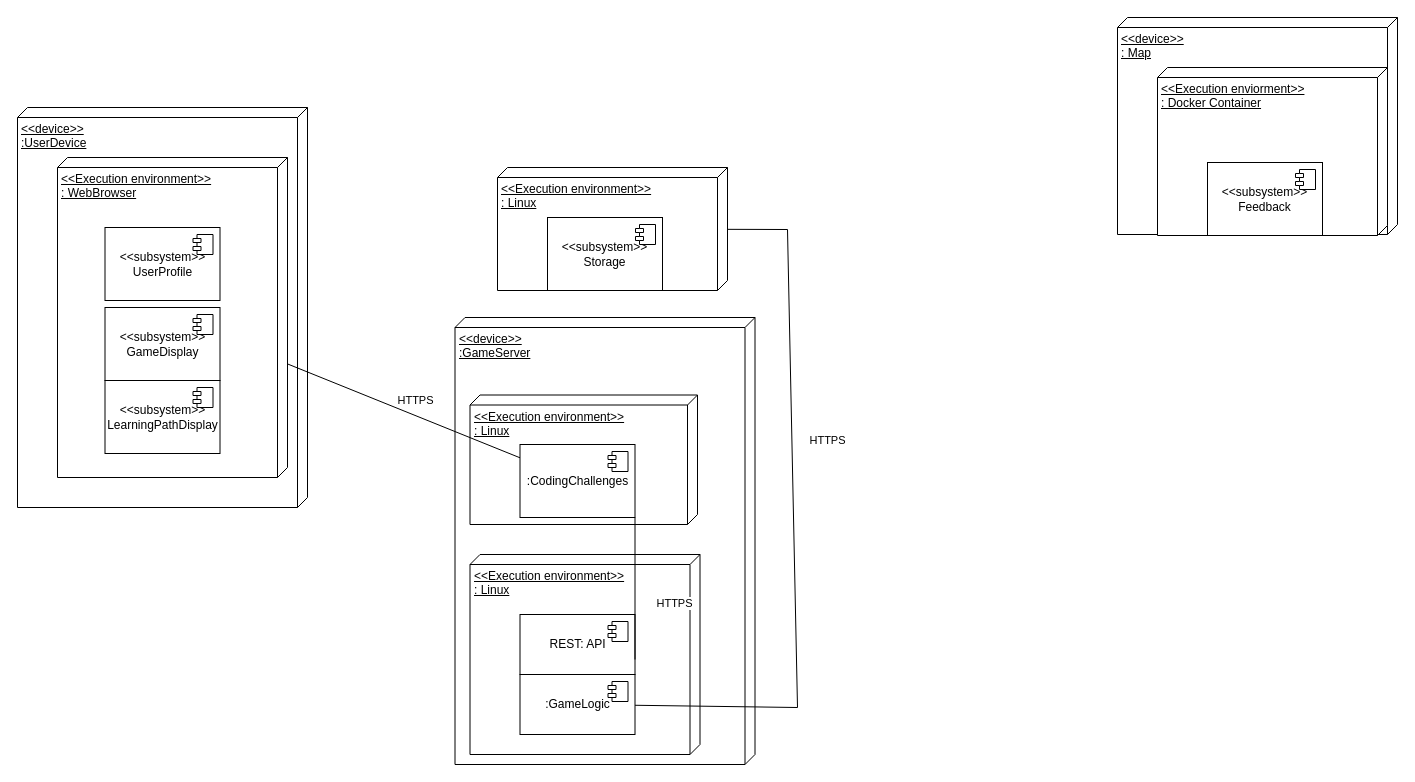
This is FinalProject.drawio from sirfan123/1530, a draw.io file, before an edit. Source tidied: cells renumbered, new cells numbered last; positions are measured from the earlier drawing's top-left corner, leaving out a move shared by most shapes. Both pictures are drawn from the tidied source at 100%, with x=0, y=0 at pixel (17, 17).
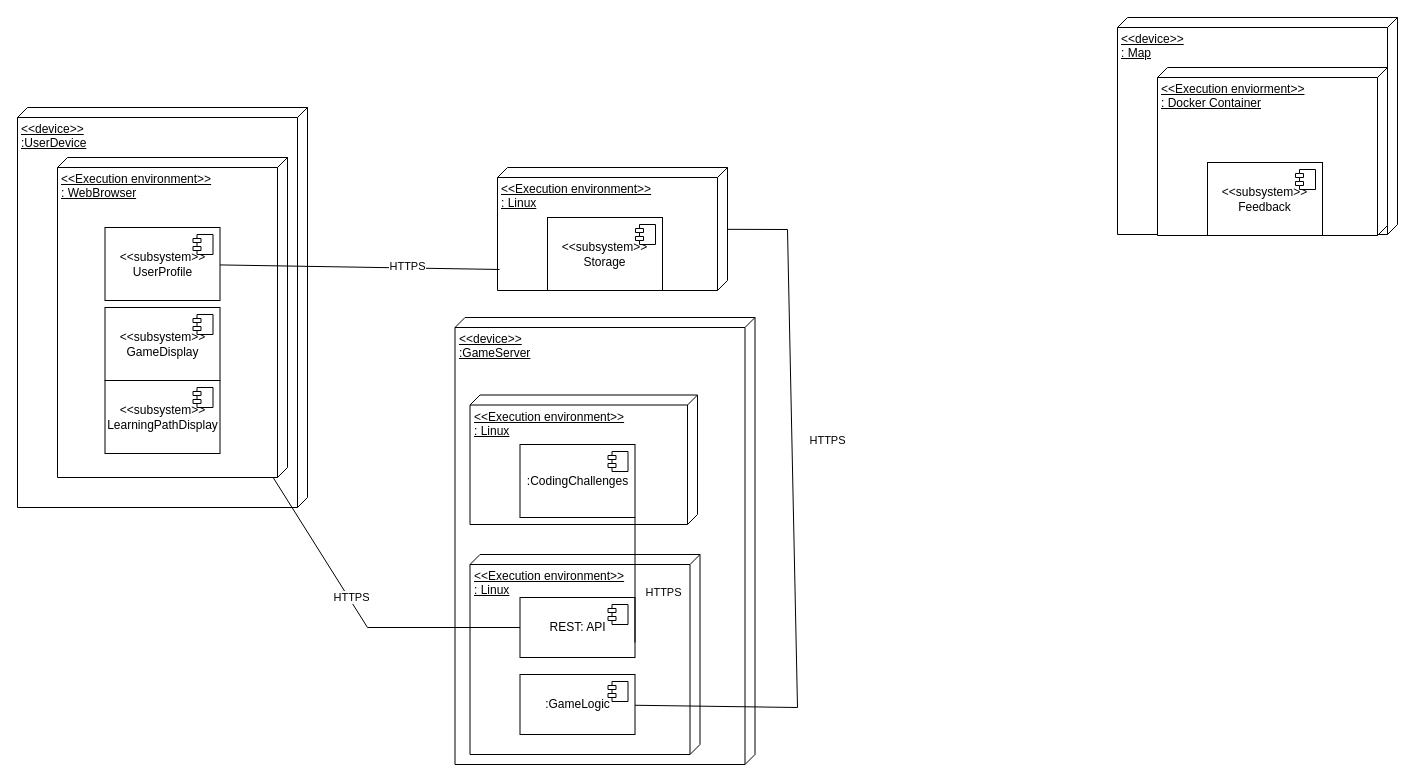
The same page after the edit.

Unchanged cells that the change refers to:
```xml
<mxCell id="3" value="&amp;lt;&amp;lt;Execution environment&amp;gt;&amp;gt;&lt;br&gt;: WebBrowser" style="verticalAlign=top;align=left;spacingTop=8;spacingLeft=2;spacingRight=12;shape=cube;size=10;direction=south;fontStyle=4;html=1;whiteSpace=wrap;" parent="1" vertex="1">
  <mxGeometry x="40" y="140" width="230" height="320" as="geometry" />
</mxCell>
<mxCell id="4" value="&amp;lt;&amp;lt;Execution environment&amp;gt;&amp;gt;&lt;br&gt;: Linux" style="verticalAlign=top;align=left;spacingTop=8;spacingLeft=2;spacingRight=12;shape=cube;size=10;direction=south;fontStyle=4;html=1;whiteSpace=wrap;" parent="1" vertex="1">
  <mxGeometry x="480" y="150" width="230" height="123" as="geometry" />
</mxCell>
<mxCell id="20" value=":CodingChallenges" style="html=1;whiteSpace=wrap;" parent="1" vertex="1">
  <mxGeometry x="502.5" y="427" width="115" height="73" as="geometry" />
</mxCell>
<mxCell id="28" style="endArrow=none;html=1;rounded=0;entryX=1;entryY=1;entryDx=0;entryDy=0;exitX=1;exitY=0.75;exitDx=0;exitDy=0;" parent="1" edge="1" source="22" target="20">
  <mxGeometry relative="1" as="geometry" />
</mxCell>
<mxCell id="30" value="&amp;lt;&amp;lt;subsystem&amp;gt;&amp;gt;&lt;br&gt;UserProfile" style="html=1;whiteSpace=wrap;" parent="1" vertex="1">
  <mxGeometry x="87.5" y="210" width="115" height="73" as="geometry" />
</mxCell>
```

Change to the diagram source:
```diff
@@
-    <mxCell id="17" style="endArrow=none;html=1;rounded=0;" parent="1" edge="1" source="3" target="20">
-      <mxGeometry relative="1" as="geometry" />
-    </mxCell>
-    <mxCell id="18" value="HTTPS" style="edgeLabel;html=1;align=center;verticalAlign=middle;" parent="17" vertex="1">
-      <mxGeometry x="-0.22" y="-2" relative="1" as="geometry">
-        <mxPoint x="37" y="-2" as="offset" />
-      </mxGeometry>
-    </mxCell>
@@
     <mxCell id="22" value="REST: API" style="html=1;whiteSpace=wrap;" parent="1" vertex="1">
-      <mxGeometry x="502.5" y="597" width="115" height="60" as="geometry" />
+      <mxGeometry x="502.5" y="580" width="115" height="60" as="geometry" />
     </mxCell>
@@
     <mxCell id="29" value="HTTPS" style="edgeLabel;html=1;align=center;verticalAlign=middle;" parent="28" vertex="1">
       <mxGeometry x="-0.22" y="-2" relative="1" as="geometry">
-        <mxPoint x="37" y="-2" as="offset" />
+        <mxPoint x="26" y="-2" as="offset" />
       </mxGeometry>
     </mxCell>
@@
+    <mxCell id="32" style="endArrow=none;html=1;rounded=0;" parent="1" edge="1" source="3" target="22">
+      <mxGeometry relative="1" as="geometry">
+        <Array as="points">
+          <mxPoint x="350" y="610" />
+        </Array>
+      </mxGeometry>
+    </mxCell>
+    <mxCell id="33" value="HTTPS" style="edgeLabel;html=1;align=center;verticalAlign=middle;" parent="32" vertex="1">
+      <mxGeometry x="-0.13" y="2" relative="1" as="geometry" />
+    </mxCell>
+    <mxCell id="34" style="endArrow=none;html=1;rounded=0;entryX=0.829;entryY=0.991;entryDx=0;entryDy=0;entryPerimeter=0;" parent="1" edge="1" source="30" target="4">
+      <mxGeometry relative="1" as="geometry" />
+    </mxCell>
+    <mxCell id="35" value="HTTPS" style="edgeLabel;html=1;align=center;verticalAlign=middle;" parent="34" vertex="1">
+      <mxGeometry x="0.34" y="2" relative="1" as="geometry" />
+    </mxCell>
```
